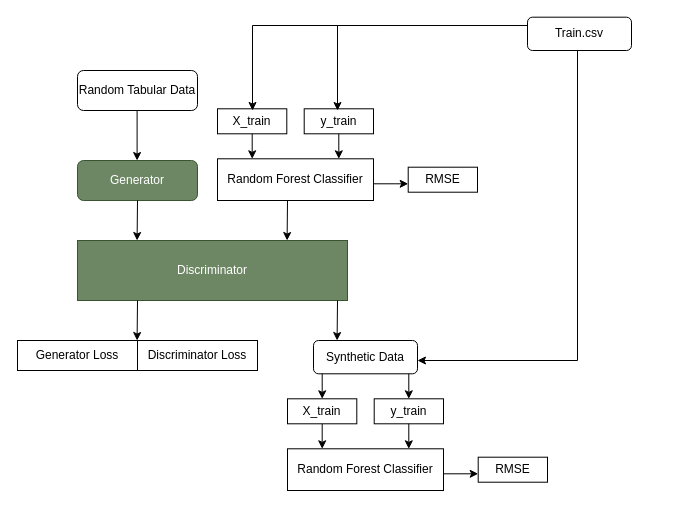
Before: Untitled Diagram.drawio in Hameon4/Vanilla-GAN-Based-Training-for-Binary-Classifier, a draw.io diagram. Source tidied: cells renumbered, new cells numbered last; positions are measured from the earlier drawing's top-left corner, leaving out a move shared by most shapes. Both pictures are drawn from the tidied source at 100%, with x=0, y=0 at pixel (17, 17).
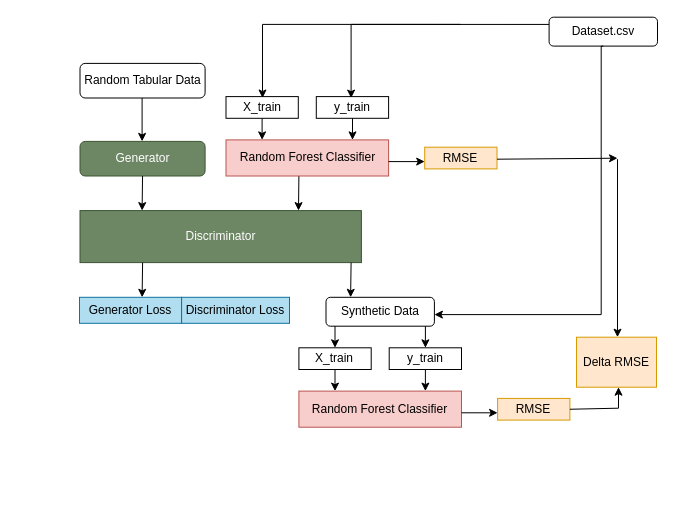
After the change.

Diff of the diagram source:
```diff
@@
     <mxCell id="2" style="group;" parent="1" vertex="1">
-      <mxGeometry y="-0.3" width="614" height="473.3" as="geometry" />
+      <mxGeometry y="-0.3" width="640" height="410" as="geometry" />
     </mxCell>
     <mxCell id="3" value="Random Tabular Data" style="rounded=1;whiteSpace=wrap;html=1;fontSize=12;glass=0;strokeWidth=1;shadow=0;" parent="2" vertex="1">
-      <mxGeometry x="60" y="53.3" width="120" height="40" as="geometry" />
+      <mxGeometry x="62.5" y="46.2" width="125.1" height="34.6" as="geometry" />
     </mxCell>
     <mxCell id="4" value="Discriminator" style="rounded=0;whiteSpace=wrap;html=1;fillColor=#6d8764;fontColor=#ffffff;strokeColor=#3A5431;" parent="2" vertex="1">
-      <mxGeometry x="60" y="223.3" width="270" height="60" as="geometry" />
+      <mxGeometry x="62.5" y="193.4" width="281.4" height="52" as="geometry" />
     </mxCell>
     <mxCell id="5" value="Generator" style="rounded=1;whiteSpace=wrap;html=1;fillColor=#6d8764;fontColor=#ffffff;strokeColor=#3A5431;" parent="2" vertex="1">
-      <mxGeometry x="60" y="143.3" width="120" height="40" as="geometry" />
+      <mxGeometry x="62.5" y="124.2" width="125.1" height="34.6" as="geometry" />
     </mxCell>
-    <mxCell id="6" value="Generator&amp;nbsp;Loss" style="rounded=0;whiteSpace=wrap;html=1;" parent="2" vertex="1">
-      <mxGeometry y="323.3" width="120" height="30" as="geometry" />
+    <mxCell id="6" value="Generator&amp;nbsp;Loss" style="rounded=0;whiteSpace=wrap;html=1;fillColor=#b1ddf0;strokeColor=#10739e;" parent="2" vertex="1">
+      <mxGeometry x="62" y="280.1" width="102.1" height="26" as="geometry" />
     </mxCell>
-    <mxCell id="7" value="Discriminator Loss" style="rounded=0;whiteSpace=wrap;html=1;" parent="2" vertex="1">
-      <mxGeometry x="120" y="323.3" width="120" height="30" as="geometry" />
+    <mxCell id="7" value="Discriminator Loss" style="rounded=0;whiteSpace=wrap;html=1;fillColor=#b1ddf0;strokeColor=#10739e;" parent="2" vertex="1">
+      <mxGeometry x="164.1" y="280.1" width="107.9" height="26" as="geometry" />
     </mxCell>
     <mxCell id="8" style="endArrow=classic;html=1;rounded=0;" parent="2" edge="1">
       <mxGeometry relative="1" as="geometry">
-        <mxPoint x="119.6" y="93.3" as="sourcePoint" />
-        <mxPoint x="119.6" y="143.3" as="targetPoint" />
+        <mxPoint x="124.6" y="80.8" as="sourcePoint" />
+        <mxPoint x="124.6" y="124.2" as="targetPoint" />
       </mxGeometry>
     </mxCell>
     <mxCell id="9" style="endArrow=classic;html=1;rounded=0;exitX=0.5;exitY=1;exitDx=0;exitDy=0;" parent="2" edge="1" source="5">
       <mxGeometry relative="1" as="geometry">
-        <mxPoint x="119.6" y="223.3" as="targetPoint" />
+        <mxPoint x="124.6" y="193.4" as="targetPoint" />
       </mxGeometry>
     </mxCell>
     <mxCell id="10" style="endArrow=classic;html=1;rounded=0;exitX=0.5;exitY=1;exitDx=0;exitDy=0;" parent="2" edge="1">
       <mxGeometry relative="1" as="geometry">
-        <mxPoint x="270" y="183.3" as="sourcePoint" />
-        <mxPoint x="269.6" y="223.3" as="targetPoint" />
+        <mxPoint x="281.4" y="158.8" as="sourcePoint" />
+        <mxPoint x="281" y="193.4" as="targetPoint" />
       </mxGeometry>
     </mxCell>
     <mxCell id="11" style="endArrow=classic;html=1;rounded=0;exitX=0.5;exitY=1;exitDx=0;exitDy=0;" parent="2" edge="1">
       <mxGeometry relative="1" as="geometry">
-        <mxPoint x="320" y="283.3" as="sourcePoint" />
-        <mxPoint x="319.6" y="323.3" as="targetPoint" />
+        <mxPoint x="333.6" y="245.4" as="sourcePoint" />
+        <mxPoint x="333.1" y="280.1" as="targetPoint" />
       </mxGeometry>
     </mxCell>
     <mxCell id="12" style="endArrow=classic;html=1;rounded=0;exitX=0.5;exitY=1;exitDx=0;exitDy=0;" parent="2" edge="1">
       <mxGeometry relative="1" as="geometry">
-        <mxPoint x="120" y="283.3" as="sourcePoint" />
-        <mxPoint x="119.6" y="323.3" as="targetPoint" />
+        <mxPoint x="125.1" y="245.4" as="sourcePoint" />
+        <mxPoint x="124.6" y="280.1" as="targetPoint" />
       </mxGeometry>
     </mxCell>
     <mxCell id="13" style="group;" parent="2" vertex="1">
-      <mxGeometry x="270" y="323.3" width="260" height="150" as="geometry" />
+      <mxGeometry x="281.4" y="280.1" width="271" height="129.9" as="geometry" />
     </mxCell>
     <mxCell id="14" style="group;" parent="13" vertex="1">
-      <mxGeometry width="156" height="150" as="geometry" />
+      <mxGeometry width="162.6" height="129.9" as="geometry" />
     </mxCell>
     <mxCell id="15" value="Synthetic Data" style="rounded=1;whiteSpace=wrap;html=1;fontSize=12;glass=0;strokeWidth=1;shadow=0;" parent="14" vertex="1">
-      <mxGeometry x="26" width="104" height="33.3" as="geometry" />
+      <mxGeometry x="27.1" width="108.4" height="28.9" as="geometry" />
     </mxCell>
     <mxCell id="16" value="X_train" style="rounded=0;whiteSpace=wrap;html=1;" parent="14" vertex="1">
-      <mxGeometry y="58.3" width="69.3" height="25" as="geometry" />
+      <mxGeometry y="50.5" width="72.3" height="21.7" as="geometry" />
     </mxCell>
     <mxCell id="17" value="y_train" style="rounded=0;whiteSpace=wrap;html=1;" parent="14" vertex="1">
-      <mxGeometry x="86.7" y="58.3" width="69.3" height="25" as="geometry" />
+      <mxGeometry x="90.3" y="50.5" width="72.3" height="21.7" as="geometry" />
     </mxCell>
     <mxCell id="18" style="endArrow=classic;html=1;rounded=0;" parent="14" edge="1">
       <mxGeometry relative="1" as="geometry">
-        <mxPoint x="34.7" y="33.3" as="sourcePoint" />
-        <mxPoint x="34.7" y="58.3" as="targetPoint" />
+        <mxPoint x="36.1" y="28.9" as="sourcePoint" />
+        <mxPoint x="36.1" y="50.5" as="targetPoint" />
       </mxGeometry>
     </mxCell>
     <mxCell id="19" style="endArrow=classic;html=1;rounded=0;" parent="14" edge="1">
       <mxGeometry relative="1" as="geometry">
-        <mxPoint x="121.3" y="33.3" as="sourcePoint" />
-        <mxPoint x="121.3" y="58.3" as="targetPoint" />
+        <mxPoint x="126.5" y="28.9" as="sourcePoint" />
+        <mxPoint x="126.5" y="50.5" as="targetPoint" />
       </mxGeometry>
     </mxCell>
-    <mxCell id="20" value="Random Forest Classifier" style="rounded=0;whiteSpace=wrap;html=1;" parent="14" vertex="1">
-      <mxGeometry y="108.3" width="156" height="41.7" as="geometry" />
+    <mxCell id="20" value="Random Forest Classifier" style="rounded=0;whiteSpace=wrap;html=1;fillColor=#f8cecc;strokeColor=#b85450;" parent="14" vertex="1">
+      <mxGeometry y="93.8" width="162.6" height="36.1" as="geometry" />
     </mxCell>
     <mxCell id="21" style="endArrow=classic;html=1;rounded=0;" parent="14" edge="1">
       <mxGeometry relative="1" as="geometry">
-        <mxPoint x="34.7" y="83.3" as="sourcePoint" />
-        <mxPoint x="34.7" y="108.3" as="targetPoint" />
+        <mxPoint x="36.1" y="72.2" as="sourcePoint" />
+        <mxPoint x="36.1" y="93.8" as="targetPoint" />
       </mxGeometry>
     </mxCell>
     <mxCell id="22" style="endArrow=classic;html=1;rounded=0;" parent="14" edge="1">
       <mxGeometry relative="1" as="geometry">
-        <mxPoint x="121.3" y="83.3" as="sourcePoint" />
-        <mxPoint x="121.3" y="108.3" as="targetPoint" />
+        <mxPoint x="126.5" y="72.2" as="sourcePoint" />
+        <mxPoint x="126.5" y="93.8" as="targetPoint" />
       </mxGeometry>
     </mxCell>
     <mxCell id="23" style="endArrow=classic;html=1;rounded=0;" parent="13" edge="1">
       <mxGeometry relative="1" as="geometry">
-        <mxPoint x="156" y="133.3" as="sourcePoint" />
-        <mxPoint x="190.7" y="133.3" as="targetPoint" />
+        <mxPoint x="162.6" y="115.5" as="sourcePoint" />
+        <mxPoint x="198.7" y="115.5" as="targetPoint" />
       </mxGeometry>
     </mxCell>
-    <mxCell id="24" value="RMSE" style="rounded=0;whiteSpace=wrap;html=1;" parent="13" vertex="1">
-      <mxGeometry x="190.7" y="116.7" width="69.3" height="25" as="geometry" />
+    <mxCell id="24" value="RMSE" style="rounded=0;whiteSpace=wrap;html=1;fillColor=#ffe6cc;strokeColor=#d79b00;" parent="13" vertex="1">
+      <mxGeometry x="198.7" y="101.1" width="72.3" height="21.7" as="geometry" />
     </mxCell>
     <mxCell id="25" style="group;" parent="2" vertex="1">
-      <mxGeometry x="200" y="33.3" width="260" height="150" as="geometry" />
+      <mxGeometry x="208.5" y="28.9" width="271" height="129.9" as="geometry" />
     </mxCell>
     <mxCell id="26" style="group;" parent="25" vertex="1">
-      <mxGeometry width="156" height="150" as="geometry" />
+      <mxGeometry width="162.6" height="129.9" as="geometry" />
     </mxCell>
     <mxCell id="27" value="X_train" style="rounded=0;whiteSpace=wrap;html=1;" parent="26" vertex="1">
-      <mxGeometry y="58.3" width="69.3" height="25" as="geometry" />
+      <mxGeometry y="50.5" width="72.3" height="21.7" as="geometry" />
     </mxCell>
     <mxCell id="28" value="y_train" style="rounded=0;whiteSpace=wrap;html=1;" parent="26" vertex="1">
-      <mxGeometry x="86.7" y="58.3" width="69.3" height="25" as="geometry" />
+      <mxGeometry x="90.3" y="50.5" width="72.3" height="21.7" as="geometry" />
     </mxCell>
-    <mxCell id="29" value="Random Forest Classifier" style="rounded=0;whiteSpace=wrap;html=1;" parent="26" vertex="1">
-      <mxGeometry y="108.3" width="156" height="41.7" as="geometry" />
+    <mxCell id="29" value="Random Forest Classifier" style="rounded=0;whiteSpace=wrap;html=1;fillColor=#f8cecc;strokeColor=#b85450;" parent="26" vertex="1">
+      <mxGeometry y="93.8" width="162.6" height="36.1" as="geometry" />
     </mxCell>
     <mxCell id="30" style="endArrow=classic;html=1;rounded=0;" parent="26" edge="1">
       <mxGeometry relative="1" as="geometry">
-        <mxPoint x="34.7" y="83.3" as="sourcePoint" />
-        <mxPoint x="34.7" y="108.3" as="targetPoint" />
+        <mxPoint x="36.1" y="72.2" as="sourcePoint" />
+        <mxPoint x="36.1" y="93.8" as="targetPoint" />
       </mxGeometry>
     </mxCell>
     <mxCell id="31" style="endArrow=classic;html=1;rounded=0;" parent="26" edge="1">
       <mxGeometry relative="1" as="geometry">
-        <mxPoint x="121.3" y="83.3" as="sourcePoint" />
-        <mxPoint x="121.3" y="108.3" as="targetPoint" />
+        <mxPoint x="126.5" y="72.2" as="sourcePoint" />
+        <mxPoint x="126.5" y="93.8" as="targetPoint" />
       </mxGeometry>
     </mxCell>
     <mxCell id="32" style="edgeStyle=segmentEdgeStyle;endArrow=classic;html=1;rounded=0;exitX=0;exitY=0.25;exitDx=0;exitDy=0;" parent="26" edge="1" source="35">
       <mxGeometry relative="1" as="geometry">
-        <mxPoint x="120" y="60" as="targetPoint" />
+        <mxPoint x="125.1" y="52" as="targetPoint" />
       </mxGeometry>
     </mxCell>
     <mxCell id="33" style="endArrow=classic;html=1;rounded=0;" parent="25" edge="1">
       <mxGeometry relative="1" as="geometry">
-        <mxPoint x="156" y="133.3" as="sourcePoint" />
-        <mxPoint x="190.7" y="133.3" as="targetPoint" />
+        <mxPoint x="162.6" y="115.5" as="sourcePoint" />
+        <mxPoint x="198.7" y="115.5" as="targetPoint" />
       </mxGeometry>
     </mxCell>
-    <mxCell id="34" value="RMSE" style="rounded=0;whiteSpace=wrap;html=1;" parent="25" vertex="1">
-      <mxGeometry x="190.7" y="116.7" width="69.3" height="25" as="geometry" />
+    <mxCell id="34" value="RMSE" style="rounded=0;whiteSpace=wrap;html=1;fillColor=#ffe6cc;strokeColor=#d79b00;" parent="25" vertex="1">
+      <mxGeometry x="198.7" y="101.1" width="72.3" height="21.7" as="geometry" />
     </mxCell>
-    <mxCell id="35" value="Train.csv" style="rounded=1;whiteSpace=wrap;html=1;fontSize=12;glass=0;strokeWidth=1;shadow=0;" parent="2" vertex="1">
-      <mxGeometry x="510" width="104" height="33.3" as="geometry" />
+    <mxCell id="35" value="Dataset.csv" style="rounded=1;whiteSpace=wrap;html=1;fontSize=12;glass=0;strokeWidth=1;shadow=0;" parent="2" vertex="1">
+      <mxGeometry x="531.6" width="108.4" height="28.9" as="geometry" />
     </mxCell>
     <mxCell id="36" style="edgeStyle=segmentEdgeStyle;endArrow=classic;html=1;rounded=0;exitX=0.5;exitY=1;exitDx=0;exitDy=0;" parent="2" edge="1" source="35">
       <mxGeometry relative="1" as="geometry">
-        <mxPoint x="400" y="343.3" as="targetPoint" />
+        <mxPoint x="416.9" y="297.4" as="targetPoint" />
         <Array as="points">
-          <mxPoint x="560" y="33.3" />
+          <mxPoint x="583.7" y="28.9" />
         </Array>
       </mxGeometry>
     </mxCell>
     <mxCell id="37" style="edgeStyle=segmentEdgeStyle;endArrow=classic;html=1;rounded=0;exitX=0;exitY=0.25;exitDx=0;exitDy=0;" parent="2" edge="1">
       <mxGeometry relative="1" as="geometry">
-        <mxPoint x="425" y="8.3" as="sourcePoint" />
-        <mxPoint x="235" y="93.3" as="targetPoint" />
+        <mxPoint x="443" y="7.2" as="sourcePoint" />
+        <mxPoint x="245" y="80.8" as="targetPoint" />
       </mxGeometry>
     </mxCell>
+    <mxCell id="38" style="endArrow=classic;html=1;rounded=0;" parent="2" edge="1">
+      <mxGeometry relative="1" as="geometry">
+        <mxPoint x="479.5" y="142" as="sourcePoint" />
+        <mxPoint x="600" y="141" as="targetPoint" />
+      </mxGeometry>
+    </mxCell>
+    <mxCell id="39" style="endArrow=classic;html=1;rounded=0;exitX=1;exitY=0.5;exitDx=0;exitDy=0;" parent="2" edge="1" source="24">
+      <mxGeometry relative="1" as="geometry">
+        <mxPoint x="601" y="370" as="targetPoint" />
+        <Array as="points">
+          <mxPoint x="601" y="391" />
+        </Array>
+      </mxGeometry>
+    </mxCell>
+    <mxCell id="40" style="endArrow=classic;html=1;rounded=0;" parent="2" edge="1">
+      <mxGeometry relative="1" as="geometry">
+        <mxPoint x="600" y="142" as="sourcePoint" />
+        <mxPoint x="600" y="320" as="targetPoint" />
+      </mxGeometry>
+    </mxCell>
+    <mxCell id="41" value="Delta RMSE" style="whiteSpace=wrap;html=1;fillColor=#ffe6cc;strokeColor=#d79b00;" parent="1" vertex="1">
+      <mxGeometry x="559" y="319.7" width="80" height="50" as="geometry" />
+    </mxCell>
```
